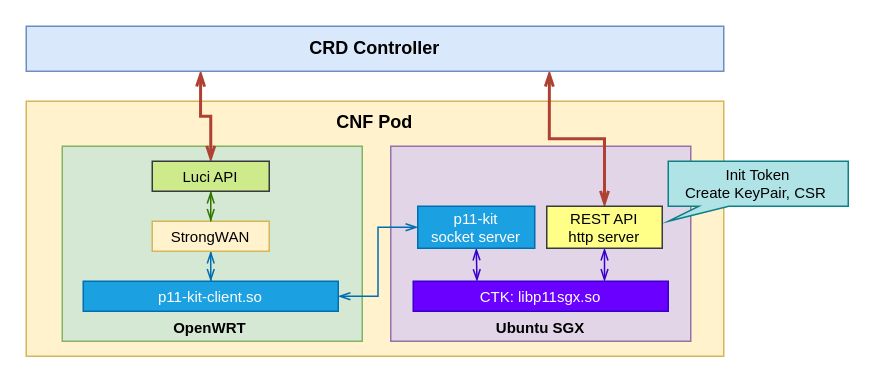
The draw.io diagram pkcs11-forward.drawio in Airren/ByteGopherComment, before the edit. Source tidied: cells renumbered, new cells numbered last; positions are measured from the earlier drawing's top-left corner, leaving out a move shared by most shapes. Both pictures are drawn from the tidied source at 150%, with x=0, y=0 at pixel (26, 26).
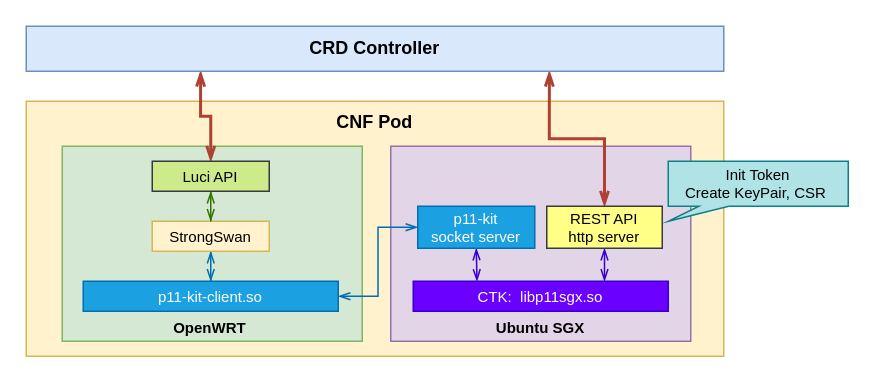
The same diagram, later.

What changed in the source:
```diff
@@
 <mxGraphModel>
   <root>
     <mxCell id="0" />
     <mxCell id="1" parent="0" />
     <mxCell id="2" value="CNF Pod" style="rounded=0;whiteSpace=wrap;html=1;verticalAlign=top;fontStyle=1;fillColor=#fff2cc;strokeColor=#d6b656;" parent="1" vertex="1">
       <mxGeometry y="50" width="465" height="170" as="geometry" />
     </mxCell>
     <mxCell id="3" value="Ubuntu SGX" style="rounded=0;whiteSpace=wrap;html=1;verticalAlign=bottom;fontSize=10;fillColor=#e1d5e7;strokeColor=#9673a6;fontStyle=1;" parent="1" vertex="1">
       <mxGeometry x="243" y="80" width="200" height="130" as="geometry" />
     </mxCell>
     <mxCell id="4" value="OpenWRT&amp;nbsp;" style="rounded=0;whiteSpace=wrap;html=1;verticalAlign=bottom;fontSize=10;fillColor=#d5e8d4;strokeColor=#82b366;fontStyle=1;" parent="1" vertex="1">
       <mxGeometry x="24" y="80" width="200" height="130" as="geometry" />
     </mxCell>
     <mxCell id="5" style="edgeStyle=orthogonalEdgeStyle;rounded=0;jettySize=auto;html=1;exitX=0.25;exitY=1;exitDx=0;exitDy=0;entryX=0.5;entryY=0;entryDx=0;entryDy=0;fontSize=10;startArrow=openThin;startFill=0;endArrow=openThin;endFill=0;fillColor=#fad9d5;strokeColor=#ae4132;fontStyle=1;strokeWidth=2;" parent="1" edge="1" source="7" target="18">
       <mxGeometry relative="1" as="geometry" />
     </mxCell>
     <mxCell id="6" style="edgeStyle=orthogonalEdgeStyle;rounded=0;jettySize=auto;html=1;exitX=0.75;exitY=1;exitDx=0;exitDy=0;fontSize=10;startArrow=openThin;startFill=0;endArrow=openThin;endFill=0;fillColor=#fad9d5;strokeColor=#ae4132;strokeWidth=2;" parent="1" edge="1" source="7" target="12">
       <mxGeometry relative="1" as="geometry" />
     </mxCell>
     <mxCell id="7" value="CRD Controller" style="rounded=0;whiteSpace=wrap;html=1;fillColor=#dae8fc;strokeColor=#6c8ebf;fontStyle=1;" parent="1" vertex="1">
       <mxGeometry width="465" height="30" as="geometry" />
     </mxCell>
-    <mxCell id="8" value="CTK: libp11sgx.so" style="rounded=0;whiteSpace=wrap;html=1;verticalAlign=middle;fontSize=10;fillColor=#6a00ff;fontColor=#ffffff;strokeColor=#3700CC;" parent="1" vertex="1">
+    <mxCell id="8" value="CTK:&amp;nbsp; libp11sgx.so" style="rounded=0;whiteSpace=wrap;html=1;verticalAlign=middle;fontSize=10;fillColor=#6a00ff;fontColor=#ffffff;strokeColor=#3700CC;" parent="1" vertex="1">
       <mxGeometry x="258" y="170" width="170" height="20" as="geometry" />
     </mxCell>
     <mxCell id="9" style="edgeStyle=orthogonalEdgeStyle;rounded=0;jettySize=auto;html=1;exitX=0.5;exitY=1;exitDx=0;exitDy=0;entryX=0.25;entryY=0;entryDx=0;entryDy=0;fontSize=10;startArrow=openThin;startFill=0;endArrow=openThin;endFill=0;fillColor=#6a00ff;strokeColor=#3700CC;" parent="1" edge="1" source="10" target="8">
       <mxGeometry relative="1" as="geometry" />
     </mxCell>
     <mxCell id="10" value="p11-kit &lt;br&gt;socket server" style="rounded=0;whiteSpace=wrap;html=1;verticalAlign=middle;fontSize=10;fillColor=#1ba1e2;fontColor=#ffffff;strokeColor=#006EAF;" parent="1" vertex="1">
       <mxGeometry x="261" y="120" width="78" height="28" as="geometry" />
     </mxCell>
     <mxCell id="11" style="edgeStyle=orthogonalEdgeStyle;rounded=0;jettySize=auto;html=1;exitX=0.5;exitY=1;exitDx=0;exitDy=0;entryX=0.75;entryY=0;entryDx=0;entryDy=0;fontSize=10;startArrow=openThin;startFill=0;endArrow=openThin;endFill=0;strokeWidth=1;fillColor=#6a00ff;strokeColor=#3700CC;" parent="1" edge="1" source="12" target="8">
       <mxGeometry relative="1" as="geometry" />
     </mxCell>
     <mxCell id="12" value="REST API &lt;br&gt;http server" style="rounded=0;whiteSpace=wrap;html=1;verticalAlign=middle;fontSize=10;fillColor=#ffff88;strokeColor=#36393d;" parent="1" vertex="1">
       <mxGeometry x="347" y="120" width="77" height="28" as="geometry" />
     </mxCell>
     <mxCell id="13" style="edgeStyle=orthogonalEdgeStyle;rounded=0;jettySize=auto;html=1;exitX=1;exitY=0.5;exitDx=0;exitDy=0;entryX=0;entryY=0.5;entryDx=0;entryDy=0;fontSize=10;startArrow=openThin;startFill=0;endArrow=openThin;endFill=0;fillColor=#1ba1e2;strokeColor=#006EAF;" parent="1" edge="1" source="14" target="10">
       <mxGeometry relative="1" as="geometry" />
     </mxCell>
     <mxCell id="14" value="p11-kit-client.so" style="rounded=0;whiteSpace=wrap;html=1;verticalAlign=middle;fontSize=10;fillColor=#1ba1e2;fontColor=#ffffff;strokeColor=#006EAF;" parent="1" vertex="1">
       <mxGeometry x="38" y="170" width="170" height="20" as="geometry" />
     </mxCell>
     <mxCell id="15" style="edgeStyle=orthogonalEdgeStyle;rounded=0;jettySize=auto;html=1;exitX=0.5;exitY=1;exitDx=0;exitDy=0;fontSize=10;startArrow=openThin;startFill=0;endArrow=openThin;endFill=0;fillColor=#1ba1e2;strokeColor=#006EAF;" parent="1" edge="1" source="16" target="14">
       <mxGeometry relative="1" as="geometry" />
     </mxCell>
-    <mxCell id="16" value="StrongWAN" style="rounded=0;whiteSpace=wrap;html=1;verticalAlign=middle;fontSize=10;fillColor=#fff2cc;strokeColor=#d6b656;" parent="1" vertex="1">
+    <mxCell id="16" value="StrongSwan" style="rounded=0;whiteSpace=wrap;html=1;verticalAlign=middle;fontSize=10;fillColor=#fff2cc;strokeColor=#d6b656;" parent="1" vertex="1">
       <mxGeometry x="84" y="130" width="78" height="20" as="geometry" />
     </mxCell>
     <mxCell id="17" style="edgeStyle=orthogonalEdgeStyle;rounded=0;jettySize=auto;html=1;exitX=0.5;exitY=1;exitDx=0;exitDy=0;fontSize=10;startArrow=openThin;startFill=0;endArrow=openThin;endFill=0;fillColor=#60a917;strokeColor=#2D7600;" parent="1" edge="1" source="18" target="16">
       <mxGeometry relative="1" as="geometry" />
     </mxCell>
     <mxCell id="18" value="Luci API" style="rounded=0;whiteSpace=wrap;html=1;verticalAlign=middle;fontSize=10;fillColor=#cdeb8b;strokeColor=#36393d;" parent="1" vertex="1">
       <mxGeometry x="84" y="90" width="78" height="20" as="geometry" />
     </mxCell>
     <mxCell id="19" value="&lt;span style=&quot;text-align: left&quot;&gt;Init Token&lt;/span&gt;&lt;br style=&quot;text-align: left&quot;&gt;&lt;span style=&quot;text-align: left&quot;&gt;Create KeyPair, CSR&amp;nbsp;&lt;/span&gt;" style="shape=callout;whiteSpace=wrap;html=1;perimeter=calloutPerimeter;fontSize=10;position2=0;size=10;position=0.17;fillColor=#b0e3e6;strokeColor=#0e8088;" parent="1" vertex="1">
       <mxGeometry x="428" y="90" width="120" height="40" as="geometry" />
     </mxCell>
   </root>
 </mxGraphModel>
```
